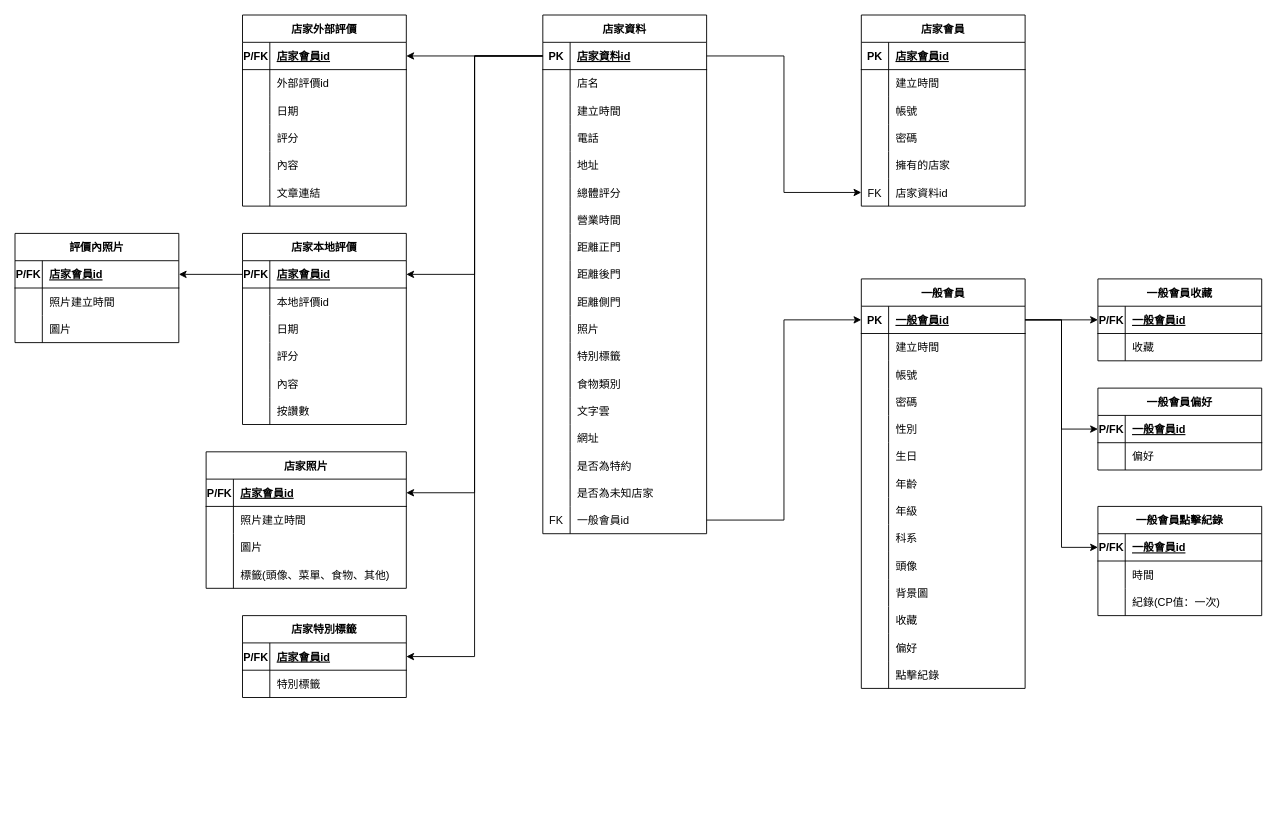
This is 檔案繳交/資料庫/關聯資料表/10846043_關聯資料表.drawio from project-hungry-don-t-care-food/111402, a draw.io file, before an edit. Source tidied: cells renumbered, new cells numbered last; positions are measured from the earlier drawing's top-left corner, leaving out a move shared by most shapes. Both pictures are drawn from the tidied source at 91%, with x=0, y=0 at pixel (15, 15).
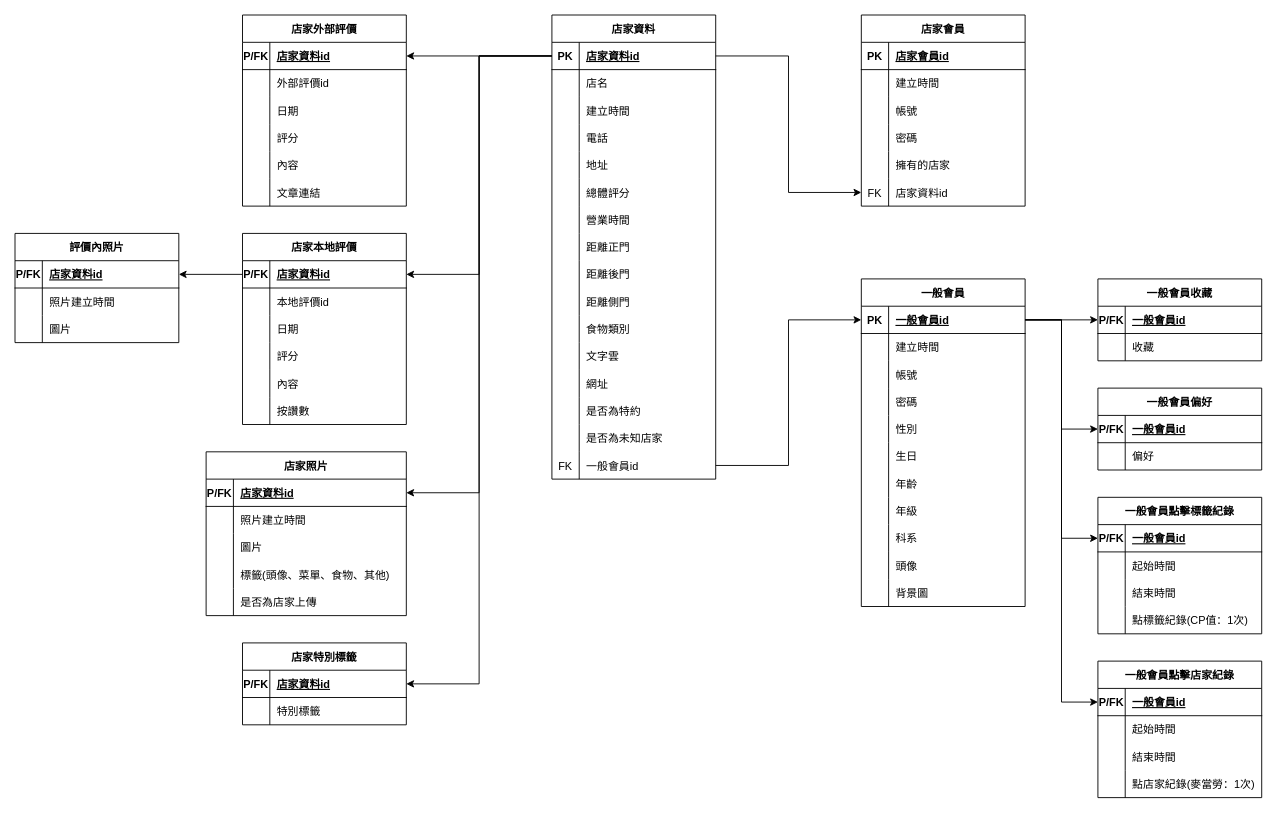
Above is the later version.

Unchanged cells that the change refers to:
```xml
<mxCell id="58" style="shape=tableRow;horizontal=0;startSize=0;swimlaneHead=0;swimlaneBody=0;fillColor=none;points=[[0,0.5],[1,0.5]];portConstraint=eastwest;top=0;left=0;right=0;bottom=1;" parent="57" vertex="1">
  <mxGeometry y="30" width="180" height="30" as="geometry" />
</mxCell>
<mxCell id="120" style="shape=tableRow;horizontal=0;startSize=0;swimlaneHead=0;swimlaneBody=0;fillColor=none;points=[[0,0.5],[1,0.5]];portConstraint=eastwest;top=0;left=0;right=0;bottom=1;" parent="119" vertex="1">
  <mxGeometry y="30" width="180" height="30" as="geometry" />
</mxCell>
<mxCell id="139" style="shape=tableRow;horizontal=0;startSize=0;swimlaneHead=0;swimlaneBody=0;fillColor=none;points=[[0,0.5],[1,0.5]];portConstraint=eastwest;top=0;left=0;right=0;bottom=1;" parent="138" vertex="1">
  <mxGeometry y="30" width="180" height="30" as="geometry" />
</mxCell>
<mxCell id="158" style="shape=tableRow;horizontal=0;startSize=0;swimlaneHead=0;swimlaneBody=0;fillColor=none;points=[[0,0.5],[1,0.5]];portConstraint=eastwest;top=0;left=0;right=0;bottom=1;" parent="157" vertex="1">
  <mxGeometry y="30" width="220" height="30" as="geometry" />
</mxCell>
<mxCell id="171" style="shape=tableRow;horizontal=0;startSize=0;swimlaneHead=0;swimlaneBody=0;fillColor=none;points=[[0,0.5],[1,0.5]];portConstraint=eastwest;top=0;left=0;right=0;bottom=1;" parent="170" vertex="1">
  <mxGeometry y="30" width="180" height="30" as="geometry" />
</mxCell>
<mxCell id="195" style="shape=tableRow;horizontal=0;startSize=0;swimlaneHead=0;swimlaneBody=0;fillColor=none;top=0;left=0;right=0;bottom=0;" parent="191" vertex="1">
  <mxGeometry y="60" width="180" height="30" as="geometry" />
</mxCell>
<mxCell id="211" style="shape=tableRow;horizontal=0;startSize=0;swimlaneHead=0;swimlaneBody=0;fillColor=none;points=[[0,0.5],[1,0.5]];portConstraint=eastwest;top=0;left=0;right=0;bottom=1;" parent="210" vertex="1">
  <mxGeometry y="30" width="180" height="30" as="geometry" />
</mxCell>
```

What changed in the source:
```diff
@@
     <mxCell id="2" value="店家資料" style="shape=table;startSize=30;childLayout=tableLayout;rowLines=0;fontStyle=1;align=center;" parent="1" vertex="1">
-      <mxGeometry x="580" width="180" height="570" as="geometry" />
+      <mxGeometry x="590" width="180" height="510" as="geometry" />
     </mxCell>
@@
-    <mxCell id="33" style="shape=tableRow;horizontal=0;startSize=0;swimlaneHead=0;swimlaneBody=0;fillColor=none;top=0;left=0;right=0;bottom=0;" parent="2" vertex="1">
-      <mxGeometry y="330" width="180" height="30" as="geometry" />
-    </mxCell>
-    <mxCell id="34" style="shape=partialRectangle;fillColor=none;top=0;left=0;bottom=0;right=0;overflow=hidden;" parent="33" vertex="1">
-      <mxGeometry width="30" height="30" as="geometry" />
-    </mxCell>
-    <mxCell id="35" value="照片" style="shape=partialRectangle;fillColor=none;top=0;left=0;bottom=0;right=0;align=left;spacingLeft=6;overflow=hidden;" parent="33" vertex="1">
-      <mxGeometry x="30" width="150" height="30" as="geometry" />
-    </mxCell>
-    <mxCell id="36" style="shape=tableRow;horizontal=0;startSize=0;swimlaneHead=0;swimlaneBody=0;fillColor=none;top=0;left=0;right=0;bottom=0;" parent="2" vertex="1">
-      <mxGeometry y="360" width="180" height="30" as="geometry" />
-    </mxCell>
-    <mxCell id="37" style="shape=partialRectangle;fillColor=none;top=0;left=0;bottom=0;right=0;overflow=hidden;" parent="36" vertex="1">
-      <mxGeometry width="30" height="30" as="geometry" />
-    </mxCell>
-    <mxCell id="38" value="特別標籤" style="shape=partialRectangle;fillColor=none;top=0;left=0;bottom=0;right=0;align=left;spacingLeft=6;overflow=hidden;" parent="36" vertex="1">
-      <mxGeometry x="30" width="150" height="30" as="geometry" />
-    </mxCell>
     <mxCell id="39" style="shape=tableRow;horizontal=0;startSize=0;swimlaneHead=0;swimlaneBody=0;fillColor=none;top=0;left=0;right=0;bottom=0;" parent="2" vertex="1">
-      <mxGeometry y="390" width="180" height="30" as="geometry" />
+      <mxGeometry y="330" width="180" height="30" as="geometry" />
     </mxCell>
@@
     <mxCell id="42" style="shape=tableRow;horizontal=0;startSize=0;swimlaneHead=0;swimlaneBody=0;fillColor=none;top=0;left=0;right=0;bottom=0;" parent="2" vertex="1">
-      <mxGeometry y="420" width="180" height="30" as="geometry" />
+      <mxGeometry y="360" width="180" height="30" as="geometry" />
     </mxCell>
@@
     <mxCell id="45" style="shape=tableRow;horizontal=0;startSize=0;swimlaneHead=0;swimlaneBody=0;fillColor=none;top=0;left=0;right=0;bottom=0;" parent="2" vertex="1">
-      <mxGeometry y="450" width="180" height="30" as="geometry" />
+      <mxGeometry y="390" width="180" height="30" as="geometry" />
     </mxCell>
@@
     <mxCell id="48" style="shape=tableRow;horizontal=0;startSize=0;swimlaneHead=0;swimlaneBody=0;fillColor=none;top=0;left=0;right=0;bottom=0;" parent="2" vertex="1">
-      <mxGeometry y="480" width="180" height="30" as="geometry" />
+      <mxGeometry y="420" width="180" height="30" as="geometry" />
     </mxCell>
@@
     <mxCell id="51" style="shape=tableRow;horizontal=0;startSize=0;swimlaneHead=0;swimlaneBody=0;fillColor=none;top=0;left=0;right=0;bottom=0;" parent="2" vertex="1">
-      <mxGeometry y="510" width="180" height="30" as="geometry" />
+      <mxGeometry y="450" width="180" height="30" as="geometry" />
     </mxCell>
@@
     <mxCell id="54" style="shape=tableRow;horizontal=0;startSize=0;swimlaneHead=0;swimlaneBody=0;fillColor=none;points=[[0,0.5],[1,0.5]];portConstraint=eastwest;top=0;left=0;right=0;bottom=0;" parent="2" vertex="1">
-      <mxGeometry y="540" width="180" height="30" as="geometry" />
+      <mxGeometry y="480" width="180" height="30" as="geometry" />
     </mxCell>
@@
     <mxCell id="57" value="一般會員" style="shape=table;startSize=30;childLayout=tableLayout;rowLines=0;fontStyle=1;align=center;" parent="1" vertex="1">
-      <mxGeometry x="930" y="290" width="180" height="450" as="geometry" />
+      <mxGeometry x="930" y="290" width="180" height="360" as="geometry" />
     </mxCell>
@@
-    <mxCell id="91" style="shape=tableRow;horizontal=0;startSize=0;swimlaneHead=0;swimlaneBody=0;fillColor=none;top=0;left=0;right=0;bottom=0;" parent="57" vertex="1">
-      <mxGeometry y="360" width="180" height="30" as="geometry" />
-    </mxCell>
-    <mxCell id="92" style="shape=partialRectangle;fillColor=none;top=0;left=0;bottom=0;right=0;overflow=hidden;" parent="91" vertex="1">
-      <mxGeometry width="30" height="30" as="geometry" />
-    </mxCell>
-    <mxCell id="93" value="收藏" style="shape=partialRectangle;fillColor=none;top=0;left=0;bottom=0;right=0;align=left;spacingLeft=6;overflow=hidden;" parent="91" vertex="1">
-      <mxGeometry x="30" width="150" height="30" as="geometry" />
-    </mxCell>
-    <mxCell id="94" style="shape=tableRow;horizontal=0;startSize=0;swimlaneHead=0;swimlaneBody=0;fillColor=none;top=0;left=0;right=0;bottom=0;" parent="57" vertex="1">
-      <mxGeometry y="390" width="180" height="30" as="geometry" />
-    </mxCell>
-    <mxCell id="95" style="shape=partialRectangle;fillColor=none;top=0;left=0;bottom=0;right=0;overflow=hidden;" parent="94" vertex="1">
-      <mxGeometry width="30" height="30" as="geometry" />
-    </mxCell>
-    <mxCell id="96" value="偏好" style="shape=partialRectangle;fillColor=none;top=0;left=0;bottom=0;right=0;align=left;spacingLeft=6;overflow=hidden;" parent="94" vertex="1">
-      <mxGeometry x="30" width="150" height="30" as="geometry" />
-    </mxCell>
-    <mxCell id="97" style="shape=tableRow;horizontal=0;startSize=0;swimlaneHead=0;swimlaneBody=0;fillColor=none;top=0;left=0;right=0;bottom=0;" parent="57" vertex="1">
-      <mxGeometry y="420" width="180" height="30" as="geometry" />
-    </mxCell>
-    <mxCell id="98" style="shape=partialRectangle;fillColor=none;top=0;left=0;bottom=0;right=0;overflow=hidden;" parent="97" vertex="1">
-      <mxGeometry width="30" height="30" as="geometry" />
-    </mxCell>
-    <mxCell id="99" value="點擊紀錄" style="shape=partialRectangle;fillColor=none;top=0;left=0;bottom=0;right=0;align=left;spacingLeft=6;overflow=hidden;" parent="97" vertex="1">
-      <mxGeometry x="30" width="150" height="30" as="geometry" />
-    </mxCell>
@@
-    <mxCell id="122" value="店家會員id" style="shape=partialRectangle;fillColor=none;top=0;left=0;bottom=0;right=0;align=left;spacingLeft=6;fontStyle=5;overflow=hidden;" parent="120" vertex="1">
+    <mxCell id="122" value="店家資料id" style="shape=partialRectangle;fillColor=none;top=0;left=0;bottom=0;right=0;align=left;spacingLeft=6;fontStyle=5;overflow=hidden;" parent="120" vertex="1">
       <mxGeometry x="30" width="150" height="30" as="geometry" />
     </mxCell>
@@
-    <mxCell id="141" value="店家會員id" style="shape=partialRectangle;fillColor=none;top=0;left=0;bottom=0;right=0;align=left;spacingLeft=6;fontStyle=5;overflow=hidden;" parent="139" vertex="1">
+    <mxCell id="141" value="店家資料id" style="shape=partialRectangle;fillColor=none;top=0;left=0;bottom=0;right=0;align=left;spacingLeft=6;fontStyle=5;overflow=hidden;" parent="139" vertex="1">
       <mxGeometry x="30" width="150" height="30" as="geometry" />
     </mxCell>
@@
     <mxCell id="157" value="店家照片" style="shape=table;startSize=30;childLayout=tableLayout;rowLines=0;fontStyle=1;align=center;" parent="1" vertex="1">
-      <mxGeometry x="210" y="480" width="220" height="150" as="geometry" />
+      <mxGeometry x="210" y="480" width="220" height="180" as="geometry" />
     </mxCell>
@@
-    <mxCell id="160" value="店家會員id" style="shape=partialRectangle;fillColor=none;top=0;left=0;bottom=0;right=0;align=left;spacingLeft=6;fontStyle=5;overflow=hidden;" parent="158" vertex="1">
+    <mxCell id="160" value="店家資料id" style="shape=partialRectangle;fillColor=none;top=0;left=0;bottom=0;right=0;align=left;spacingLeft=6;fontStyle=5;overflow=hidden;" parent="158" vertex="1">
       <mxGeometry x="30" width="190" height="30" as="geometry" />
     </mxCell>
@@
+    <mxCell id="221" style="shape=tableRow;horizontal=0;startSize=0;swimlaneHead=0;swimlaneBody=0;fillColor=none;top=0;left=0;right=0;bottom=0;" parent="157" vertex="1">
+      <mxGeometry y="150" width="220" height="30" as="geometry" />
+    </mxCell>
+    <mxCell id="222" style="shape=partialRectangle;fillColor=none;top=0;left=0;bottom=0;right=0;overflow=hidden;" parent="221" vertex="1">
+      <mxGeometry width="30" height="30" as="geometry" />
+    </mxCell>
+    <mxCell id="223" value="是否為店家上傳" style="shape=partialRectangle;fillColor=none;top=0;left=0;bottom=0;right=0;align=left;spacingLeft=6;overflow=hidden;" parent="221" vertex="1">
+      <mxGeometry x="30" width="190" height="30" as="geometry" />
+    </mxCell>
     <mxCell id="170" value="店家特別標籤" style="shape=table;startSize=30;childLayout=tableLayout;rowLines=0;fontStyle=1;align=center;" parent="1" vertex="1">
-      <mxGeometry x="250" y="660" width="180" height="90" as="geometry" />
+      <mxGeometry x="250" y="690" width="180" height="90" as="geometry" />
     </mxCell>
@@
-    <mxCell id="173" value="店家會員id" style="shape=partialRectangle;fillColor=none;top=0;left=0;bottom=0;right=0;align=left;spacingLeft=6;fontStyle=5;overflow=hidden;" parent="171" vertex="1">
+    <mxCell id="173" value="店家資料id" style="shape=partialRectangle;fillColor=none;top=0;left=0;bottom=0;right=0;align=left;spacingLeft=6;fontStyle=5;overflow=hidden;" parent="171" vertex="1">
       <mxGeometry x="30" width="150" height="30" as="geometry" />
     </mxCell>
@@
-    <mxCell id="191" value="一般會員點擊紀錄" style="shape=table;startSize=30;childLayout=tableLayout;rowLines=0;fontStyle=1;align=center;" parent="1" vertex="1">
-      <mxGeometry x="1190" y="540" width="180" height="120" as="geometry" />
+    <mxCell id="191" value="一般會員點擊標籤紀錄" style="shape=table;startSize=30;childLayout=tableLayout;rowLines=0;fontStyle=1;align=center;" parent="1" vertex="1">
+      <mxGeometry x="1190" y="530" width="180" height="150" as="geometry" />
     </mxCell>
@@
-    <mxCell id="197" value="時間" style="shape=partialRectangle;fillColor=none;top=0;left=0;bottom=0;right=0;align=left;spacingLeft=6;overflow=hidden;" parent="195" vertex="1">
+    <mxCell id="197" value="起始時間" style="shape=partialRectangle;fillColor=none;top=0;left=0;bottom=0;right=0;align=left;spacingLeft=6;overflow=hidden;" parent="195" vertex="1">
       <mxGeometry x="30" width="150" height="30" as="geometry" />
     </mxCell>
+    <mxCell id="224" style="shape=tableRow;horizontal=0;startSize=0;swimlaneHead=0;swimlaneBody=0;fillColor=none;top=0;left=0;right=0;bottom=0;" parent="191" vertex="1">
+      <mxGeometry y="90" width="180" height="30" as="geometry" />
+    </mxCell>
+    <mxCell id="225" style="shape=partialRectangle;fillColor=none;top=0;left=0;bottom=0;right=0;overflow=hidden;" parent="224" vertex="1">
+      <mxGeometry width="30" height="30" as="geometry" />
+    </mxCell>
+    <mxCell id="226" value="結束時間" style="shape=partialRectangle;fillColor=none;top=0;left=0;bottom=0;right=0;align=left;spacingLeft=6;overflow=hidden;" parent="224" vertex="1">
+      <mxGeometry x="30" width="150" height="30" as="geometry" />
+    </mxCell>
     <mxCell id="198" style="shape=tableRow;horizontal=0;startSize=0;swimlaneHead=0;swimlaneBody=0;fillColor=none;top=0;left=0;right=0;bottom=0;" parent="191" vertex="1">
-      <mxGeometry y="90" width="180" height="30" as="geometry" />
+      <mxGeometry y="120" width="180" height="30" as="geometry" />
     </mxCell>
@@
-    <mxCell id="200" value="紀錄(CP值：一次)" style="shape=partialRectangle;fillColor=none;top=0;left=0;bottom=0;right=0;align=left;spacingLeft=6;overflow=hidden;" parent="198" vertex="1">
+    <mxCell id="200" value="點標籤紀錄(CP值：1次)" style="shape=partialRectangle;fillColor=none;top=0;left=0;bottom=0;right=0;align=left;spacingLeft=6;overflow=hidden;" parent="198" vertex="1">
       <mxGeometry x="30" width="150" height="30" as="geometry" />
     </mxCell>
@@
-    <mxCell id="213" value="店家會員id" style="shape=partialRectangle;fillColor=none;top=0;left=0;bottom=0;right=0;align=left;spacingLeft=6;fontStyle=5;overflow=hidden;" parent="211" vertex="1">
+    <mxCell id="213" value="店家資料id" style="shape=partialRectangle;fillColor=none;top=0;left=0;bottom=0;right=0;align=left;spacingLeft=6;fontStyle=5;overflow=hidden;" parent="211" vertex="1">
       <mxGeometry x="30" width="150" height="30" as="geometry" />
     </mxCell>
@@
+    <mxCell id="227" value="一般會員點擊店家紀錄" style="shape=table;startSize=30;childLayout=tableLayout;rowLines=0;fontStyle=1;align=center;" parent="1" vertex="1">
+      <mxGeometry x="1190" y="710" width="180" height="150" as="geometry" />
+    </mxCell>
+    <mxCell id="228" style="shape=tableRow;horizontal=0;startSize=0;swimlaneHead=0;swimlaneBody=0;fillColor=none;points=[[0,0.5],[1,0.5]];portConstraint=eastwest;top=0;left=0;right=0;bottom=1;" parent="227" vertex="1">
+      <mxGeometry y="30" width="180" height="30" as="geometry" />
+    </mxCell>
+    <mxCell id="229" value="P/FK" style="shape=partialRectangle;fillColor=none;top=0;left=0;bottom=0;right=0;fontStyle=1;overflow=hidden;" parent="228" vertex="1">
+      <mxGeometry width="30" height="30" as="geometry" />
+    </mxCell>
+    <mxCell id="230" value="一般會員id" style="shape=partialRectangle;fillColor=none;top=0;left=0;bottom=0;right=0;align=left;spacingLeft=6;fontStyle=5;overflow=hidden;" parent="228" vertex="1">
+      <mxGeometry x="30" width="150" height="30" as="geometry" />
+    </mxCell>
+    <mxCell id="231" style="shape=tableRow;horizontal=0;startSize=0;swimlaneHead=0;swimlaneBody=0;fillColor=none;top=0;left=0;right=0;bottom=0;" parent="227" vertex="1">
+      <mxGeometry y="60" width="180" height="30" as="geometry" />
+    </mxCell>
+    <mxCell id="232" style="shape=partialRectangle;fillColor=none;top=0;left=0;bottom=0;right=0;overflow=hidden;" parent="231" vertex="1">
+      <mxGeometry width="30" height="30" as="geometry" />
+    </mxCell>
+    <mxCell id="233" value="起始時間" style="shape=partialRectangle;fillColor=none;top=0;left=0;bottom=0;right=0;align=left;spacingLeft=6;overflow=hidden;" parent="231" vertex="1">
+      <mxGeometry x="30" width="150" height="30" as="geometry" />
+    </mxCell>
+    <mxCell id="234" style="shape=tableRow;horizontal=0;startSize=0;swimlaneHead=0;swimlaneBody=0;fillColor=none;top=0;left=0;right=0;bottom=0;" parent="227" vertex="1">
+      <mxGeometry y="90" width="180" height="30" as="geometry" />
+    </mxCell>
+    <mxCell id="235" style="shape=partialRectangle;fillColor=none;top=0;left=0;bottom=0;right=0;overflow=hidden;" parent="234" vertex="1">
+      <mxGeometry width="30" height="30" as="geometry" />
+    </mxCell>
+    <mxCell id="236" value="結束時間" style="shape=partialRectangle;fillColor=none;top=0;left=0;bottom=0;right=0;align=left;spacingLeft=6;overflow=hidden;" parent="234" vertex="1">
+      <mxGeometry x="30" width="150" height="30" as="geometry" />
+    </mxCell>
+    <mxCell id="237" style="shape=tableRow;horizontal=0;startSize=0;swimlaneHead=0;swimlaneBody=0;fillColor=none;top=0;left=0;right=0;bottom=0;" parent="227" vertex="1">
+      <mxGeometry y="120" width="180" height="30" as="geometry" />
+    </mxCell>
+    <mxCell id="238" style="shape=partialRectangle;fillColor=none;top=0;left=0;bottom=0;right=0;overflow=hidden;" parent="237" vertex="1">
+      <mxGeometry width="30" height="30" as="geometry" />
+    </mxCell>
+    <mxCell id="239" value="點店家紀錄(麥當勞：1次)" style="shape=partialRectangle;fillColor=none;top=0;left=0;bottom=0;right=0;align=left;spacingLeft=6;overflow=hidden;" parent="237" vertex="1">
+      <mxGeometry x="30" width="150" height="30" as="geometry" />
+    </mxCell>
+    <mxCell id="240" style="edgeStyle=orthogonalEdgeStyle;rounded=0;jettySize=auto;html=1;exitX=1;exitY=0.5;exitDx=0;exitDy=0;entryX=0;entryY=0.5;entryDx=0;entryDy=0;" parent="1" edge="1" source="58" target="228">
+      <mxGeometry relative="1" as="geometry" />
+    </mxCell>
```
